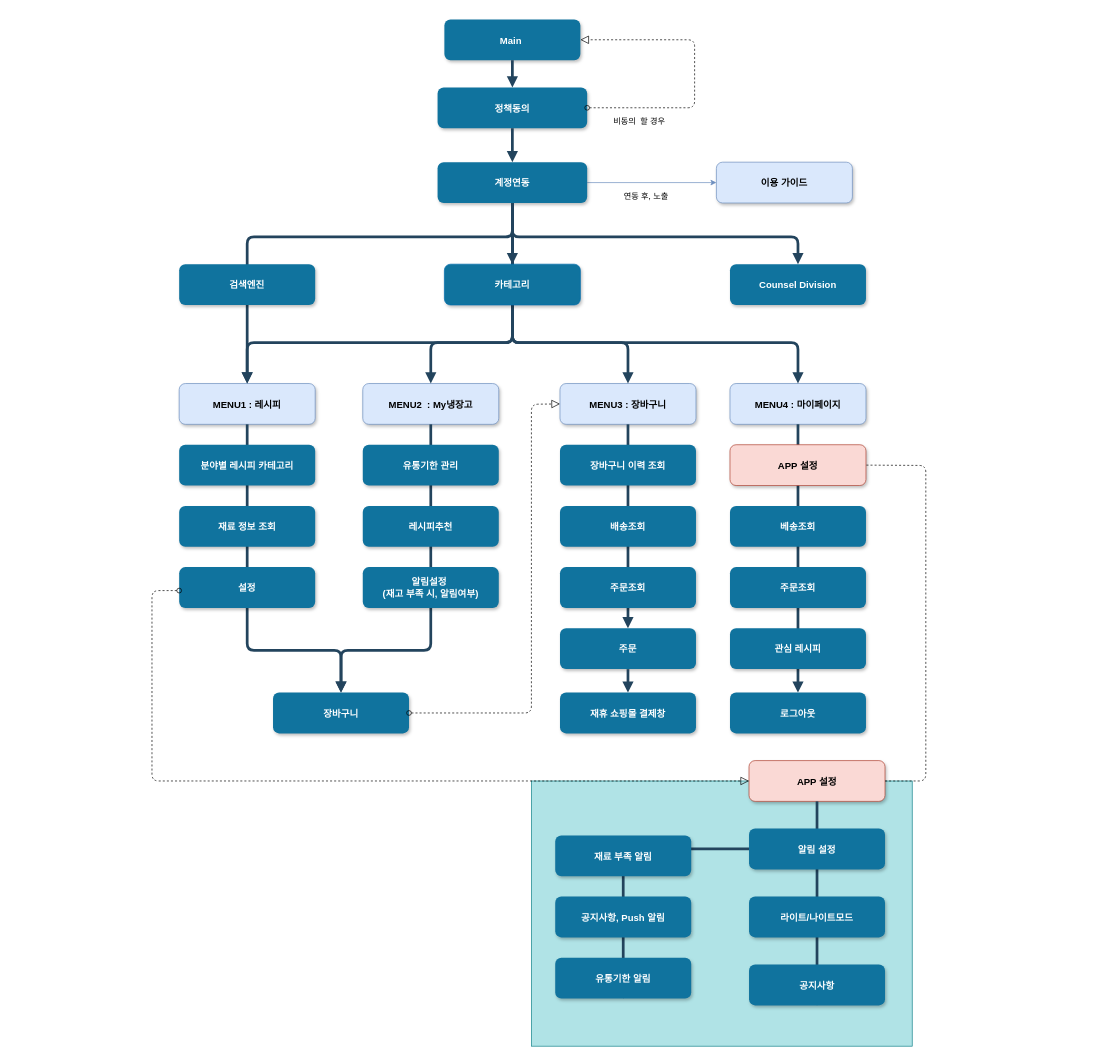
The draw.io diagram Untitled Diagram.drawio in rlaqhrns/Main_sub, before the edit. Source tidied: cells renumbered, new cells numbered last; positions are measured from the earlier drawing's top-left corner, leaving out a move shared by most shapes. Both pictures are drawn from the tidied source at 68%, with x=0, y=0 at pixel (152, 19).
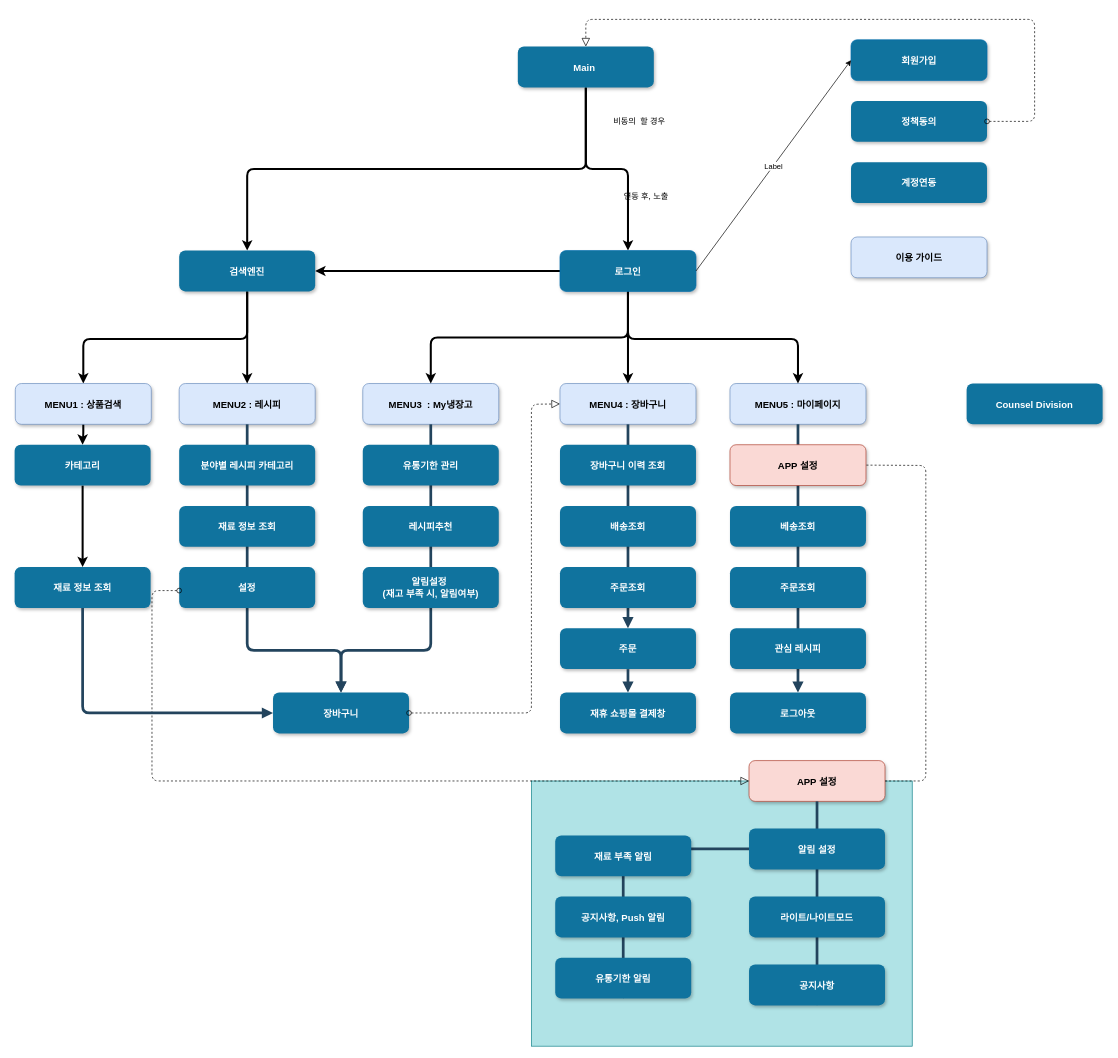
After the change.

Unchanged cells that the change refers to:
```xml
<mxCell id="8" value="장바구니" style="rounded=1;fillColor=#10739E;strokeColor=none;shadow=1;gradientColor=none;fontStyle=1;fontColor=#FFFFFF;fontSize=14;" parent="1" vertex="1">
  <mxGeometry x="178" y="990" width="200" height="60" as="geometry" />
</mxCell>
```

The edit, as a diff of the source:
```diff
@@
+    <mxCell id="63" style="edgeStyle=orthogonalEdgeStyle;rounded=1;jettySize=auto;html=1;entryX=0.5;entryY=0;entryDx=0;entryDy=0;strokeWidth=3;" parent="1" edge="1" source="2" target="37">
+      <mxGeometry relative="1" as="geometry" />
+    </mxCell>
+    <mxCell id="64" style="edgeStyle=orthogonalEdgeStyle;rounded=1;jettySize=auto;html=1;strokeWidth=3;" parent="1" edge="1" source="2" target="39">
+      <mxGeometry relative="1" as="geometry">
+        <Array as="points">
+          <mxPoint x="638" y="220" />
+          <mxPoint x="140" y="220" />
+        </Array>
+      </mxGeometry>
+    </mxCell>
     <mxCell id="2" value="Main " style="rounded=1;fillColor=#10739E;strokeColor=none;shadow=1;gradientColor=none;fontStyle=1;fontColor=#FFFFFF;fontSize=14;" parent="1" vertex="1">
-      <mxGeometry x="430" width="200" height="60" as="geometry" />
+      <mxGeometry x="538" y="40" width="200" height="60" as="geometry" />
     </mxCell>
-    <mxCell id="3" style="edgeStyle=orthogonalEdgeStyle;rounded=0;jettySize=auto;html=1;exitX=1;exitY=0.5;exitDx=0;exitDy=0;entryX=0;entryY=0.5;entryDx=0;entryDy=0;fillColor=#dae8fc;strokeColor=#6c8ebf;" parent="1" edge="1" source="4" target="6">
-      <mxGeometry relative="1" as="geometry" />
-    </mxCell>
     <mxCell id="4" value="계정연동" style="rounded=1;fillColor=#10739E;strokeColor=none;shadow=1;gradientColor=none;fontStyle=1;fontColor=#FFFFFF;fontSize=14;" parent="1" vertex="1">
-      <mxGeometry x="420" y="210" width="220" height="60" as="geometry" />
+      <mxGeometry x="1028" y="210" width="200" height="60" as="geometry" />
     </mxCell>
     <mxCell id="5" value="Counsel Division" style="rounded=1;fillColor=#10739E;strokeColor=none;shadow=1;gradientColor=none;fontStyle=1;fontColor=#FFFFFF;fontSize=14;" parent="1" vertex="1">
-      <mxGeometry x="850" y="360" width="200" height="60" as="geometry" />
+      <mxGeometry x="1198" y="535.5" width="200" height="60" as="geometry" />
     </mxCell>
     <mxCell id="6" value="이용 가이드" style="rounded=1;fillColor=#dae8fc;strokeColor=#6c8ebf;shadow=1;fontStyle=1;fontSize=14;" parent="1" vertex="1">
-      <mxGeometry x="830" y="210" width="200" height="60" as="geometry" />
+      <mxGeometry x="1028" y="320" width="200" height="60" as="geometry" />
     </mxCell>
-    <mxCell id="7" value="MENU1 : 레시피" style="rounded=1;fillColor=#dae8fc;strokeColor=#6c8ebf;shadow=1;fontStyle=1;fontSize=14;" parent="1" vertex="1">
+    <mxCell id="7" value="MENU2 : 레시피" style="rounded=1;fillColor=#dae8fc;strokeColor=#6c8ebf;shadow=1;fontStyle=1;fontSize=14;" parent="1" vertex="1">
       <mxGeometry x="40" y="535.5" width="200" height="60" as="geometry" />
     </mxCell>
@@
-    <mxCell id="9" value="MENU2  : My냉장고" style="rounded=1;fillColor=#dae8fc;strokeColor=#6c8ebf;shadow=1;fontStyle=1;fontSize=14;" parent="1" vertex="1">
+    <mxCell id="9" value="MENU3  : My냉장고" style="rounded=1;fillColor=#dae8fc;strokeColor=#6c8ebf;shadow=1;fontStyle=1;fontSize=14;" parent="1" vertex="1">
       <mxGeometry x="310" y="535.5" width="200" height="60" as="geometry" />
     </mxCell>
-    <mxCell id="10" value="MENU3 : 장바구니" style="rounded=1;fillColor=#dae8fc;strokeColor=#6c8ebf;shadow=1;fontStyle=1;fontSize=14;" parent="1" vertex="1">
+    <mxCell id="10" value="MENU4 : 장바구니" style="rounded=1;fillColor=#dae8fc;strokeColor=#6c8ebf;shadow=1;fontStyle=1;fontSize=14;" parent="1" vertex="1">
       <mxGeometry x="600" y="535.5" width="200" height="60" as="geometry" />
     </mxCell>
-    <mxCell id="11" value="MENU4 : 마이페이지" style="rounded=1;fillColor=#dae8fc;strokeColor=#6c8ebf;shadow=1;fontStyle=1;fontSize=14;" parent="1" vertex="1">
+    <mxCell id="11" value="MENU5 : 마이페이지" style="rounded=1;fillColor=#dae8fc;strokeColor=#6c8ebf;shadow=1;fontStyle=1;fontSize=14;" parent="1" vertex="1">
       <mxGeometry x="850" y="535.5" width="200" height="60" as="geometry" />
     </mxCell>
-    <mxCell id="12" style="edgeStyle=elbowEdgeStyle;elbow=vertical;strokeWidth=4;endArrow=block;endFill=1;fontStyle=1;strokeColor=#23445D;entryX=0.5;entryY=0;entryDx=0;entryDy=0;" parent="1" edge="1" source="2" target="24">
-      <mxGeometry x="22" y="165.5" as="geometry" />
-    </mxCell>
-    <mxCell id="13" style="edgeStyle=elbowEdgeStyle;elbow=vertical;strokeWidth=4;endArrow=block;endFill=1;fontStyle=1;strokeColor=#23445D;" parent="1" edge="1" source="4" target="37">
-      <mxGeometry x="22" y="165.5" as="geometry" />
-    </mxCell>
-    <mxCell id="14" style="edgeStyle=elbowEdgeStyle;elbow=vertical;strokeWidth=4;endArrow=block;endFill=1;fontStyle=1;strokeColor=#23445D;entryX=0.5;entryY=0;entryDx=0;entryDy=0;" parent="1" edge="1" source="4" target="7">
-      <mxGeometry x="22" y="165.5" as="geometry">
-        <Array as="points">
-          <mxPoint x="328" y="320" />
-        </Array>
-      </mxGeometry>
-    </mxCell>
-    <mxCell id="15" style="edgeStyle=elbowEdgeStyle;elbow=vertical;strokeWidth=4;endArrow=block;endFill=1;fontStyle=1;strokeColor=#23445D;" parent="1" edge="1" source="4" target="5">
-      <mxGeometry x="22" y="165.5" as="geometry">
-        <Array as="points">
-          <mxPoint x="738" y="320" />
-        </Array>
-      </mxGeometry>
-    </mxCell>
-    <mxCell id="16" style="edgeStyle=elbowEdgeStyle;elbow=vertical;strokeWidth=4;endArrow=block;endFill=1;fontStyle=1;strokeColor=#23445D;entryX=0.5;entryY=0;entryDx=0;entryDy=0;" parent="1" edge="1" source="4" target="7">
-      <mxGeometry x="22" y="165.5" as="geometry">
-        <Array as="points">
-          <mxPoint x="310" y="475.5" />
-        </Array>
-      </mxGeometry>
-    </mxCell>
-    <mxCell id="17" style="edgeStyle=elbowEdgeStyle;elbow=vertical;strokeWidth=4;endArrow=block;endFill=1;fontStyle=1;strokeColor=#23445D;" parent="1" edge="1" source="4" target="11">
-      <mxGeometry x="22" y="165.5" as="geometry">
-        <Array as="points">
-          <mxPoint x="730" y="475.5" />
-        </Array>
-      </mxGeometry>
-    </mxCell>
@@
-    <mxCell id="22" style="edgeStyle=elbowEdgeStyle;elbow=vertical;strokeWidth=4;endArrow=block;endFill=1;fontStyle=1;strokeColor=#23445D;" parent="1" edge="1" source="4" target="9">
-      <mxGeometry x="22" y="165.5" as="geometry">
-        <Array as="points">
-          <mxPoint x="410" y="475.5" />
-        </Array>
-      </mxGeometry>
-    </mxCell>
-    <mxCell id="23" style="edgeStyle=elbowEdgeStyle;elbow=vertical;strokeWidth=4;endArrow=block;endFill=1;fontStyle=1;strokeColor=#23445D;" parent="1" edge="1" source="4" target="10">
-      <mxGeometry x="22" y="165.5" as="geometry">
-        <Array as="points">
-          <mxPoint x="700" y="475.5" />
-        </Array>
-      </mxGeometry>
-    </mxCell>
     <mxCell id="24" value="정책동의" style="rounded=1;fillColor=#10739E;strokeColor=none;shadow=1;gradientColor=none;fontStyle=1;fontColor=#FFFFFF;fontSize=14;" parent="1" vertex="1">
-      <mxGeometry x="420" y="100" width="220" height="60" as="geometry" />
+      <mxGeometry x="1028" y="120" width="200" height="60" as="geometry" />
     </mxCell>
-    <mxCell id="25" style="edgeStyle=elbowEdgeStyle;elbow=vertical;strokeWidth=4;endArrow=block;endFill=1;fontStyle=1;strokeColor=#23445D;entryX=0.5;entryY=0;entryDx=0;entryDy=0;exitX=0.5;exitY=1;exitDx=0;exitDy=0;" parent="1" edge="1" source="24" target="4">
-      <mxGeometry x="32" y="175.5" as="geometry" />
-    </mxCell>
@@
+    <mxCell id="65" style="edgeStyle=orthogonalEdgeStyle;rounded=1;jettySize=auto;html=1;exitX=0.5;exitY=1;exitDx=0;exitDy=0;entryX=0.5;entryY=0;entryDx=0;entryDy=0;strokeWidth=3;" parent="1" edge="1" source="37" target="9">
+      <mxGeometry relative="1" as="geometry" />
+    </mxCell>
+    <mxCell id="66" style="edgeStyle=orthogonalEdgeStyle;rounded=1;jettySize=auto;html=1;entryX=0.5;entryY=0;entryDx=0;entryDy=0;strokeWidth=3;" parent="1" edge="1" source="37" target="10">
+      <mxGeometry relative="1" as="geometry" />
+    </mxCell>
+    <mxCell id="67" style="edgeStyle=orthogonalEdgeStyle;rounded=1;jettySize=auto;html=1;entryX=0.5;entryY=0;entryDx=0;entryDy=0;strokeWidth=3;exitX=0.5;exitY=1;exitDx=0;exitDy=0;" parent="1" edge="1" source="37" target="11">
+      <mxGeometry relative="1" as="geometry">
+        <Array as="points">
+          <mxPoint x="700" y="470" />
+          <mxPoint x="950" y="470" />
+        </Array>
+      </mxGeometry>
+    </mxCell>
+    <mxCell id="68" style="edgeStyle=orthogonalEdgeStyle;rounded=1;jettySize=auto;html=1;entryX=1;entryY=0.5;entryDx=0;entryDy=0;strokeWidth=3;" parent="1" edge="1" source="37" target="39">
+      <mxGeometry relative="1" as="geometry" />
+    </mxCell>
-    <mxCell id="37" value="카테고리" style="rounded=1;strokeColor=#006EAF;shadow=1;fontStyle=1;fontSize=14;fontColor=#ffffff;fillColor=#10739E;" parent="1" vertex="1">
-      <mxGeometry x="430" y="360" width="200" height="60" as="geometry" />
+    <mxCell id="37" value="로그인" style="rounded=1;strokeColor=#006EAF;shadow=1;fontStyle=1;fontSize=14;fontColor=#ffffff;fillColor=#10739E;" parent="1" vertex="1">
+      <mxGeometry x="600" y="340" width="200" height="60" as="geometry" />
     </mxCell>
@@
+    <mxCell id="69" style="edgeStyle=orthogonalEdgeStyle;rounded=1;jettySize=auto;html=1;entryX=0.5;entryY=0;entryDx=0;entryDy=0;strokeWidth=3;" parent="1" edge="1" source="39" target="7">
+      <mxGeometry relative="1" as="geometry" />
+    </mxCell>
+    <mxCell id="70" style="edgeStyle=orthogonalEdgeStyle;rounded=1;jettySize=auto;html=1;strokeWidth=3;" parent="1" edge="1" source="39" target="75">
+      <mxGeometry relative="1" as="geometry">
+        <Array as="points">
+          <mxPoint x="140" y="470" />
+          <mxPoint x="-101" y="470" />
+        </Array>
+      </mxGeometry>
+    </mxCell>
     <mxCell id="39" value="검색엔진" style="rounded=1;fillColor=#10739E;strokeColor=none;shadow=1;gradientColor=none;fontStyle=1;fontColor=#FFFFFF;fontSize=14;" parent="1" vertex="1">
-      <mxGeometry x="40" y="360" width="200" height="60" as="geometry" />
+      <mxGeometry x="40" y="340" width="200" height="60" as="geometry" />
     </mxCell>
@@
-    <mxCell id="48" style="startArrow=oval;startFill=0;startSize=7;endArrow=block;endFill=0;endSize=10;dashed=1;html=1;exitX=1;exitY=0.5;exitDx=0;exitDy=0;entryX=1;entryY=0.5;entryDx=0;entryDy=0;" parent="1" edge="1" source="24" target="2">
+    <mxCell id="48" style="startArrow=oval;startFill=0;startSize=7;endArrow=block;endFill=0;endSize=10;dashed=1;html=1;entryX=0.5;entryY=0;entryDx=0;entryDy=0;exitX=1;exitY=0.5;exitDx=0;exitDy=0;" parent="1" edge="1" source="24" target="2">
       <mxGeometry relative="1" as="geometry">
         <Array as="points">
-          <mxPoint x="798" y="130" />
-          <mxPoint x="798" y="30" />
+          <mxPoint x="1298" y="150" />
+          <mxPoint x="1298" />
+          <mxPoint x="638" />
         </Array>
       </mxGeometry>
     </mxCell>
@@
+    <mxCell id="71" value="회원가입" style="rounded=1;strokeColor=#006EAF;shadow=1;fontStyle=1;fontSize=14;fontColor=#ffffff;fillColor=#10739E;" parent="1" vertex="1">
+      <mxGeometry x="1028" y="30" width="200" height="60" as="geometry" />
+    </mxCell>
+    <mxCell id="72" style="endArrow=classic;html=1;exitX=1;exitY=0.5;exitDx=0;exitDy=0;entryX=0;entryY=0.5;entryDx=0;entryDy=0;" parent="1" edge="1" source="37" target="71">
+      <mxGeometry relative="1" as="geometry" />
+    </mxCell>
+    <mxCell id="73" value="Label" style="edgeLabel;html=1;align=center;verticalAlign=middle;" parent="72" vertex="1">
+      <mxGeometry relative="1" as="geometry" />
+    </mxCell>
+    <mxCell id="74" style="edgeStyle=orthogonalEdgeStyle;rounded=1;jettySize=auto;html=1;strokeWidth=3;" parent="1" edge="1" source="75" target="77">
+      <mxGeometry relative="1" as="geometry" />
+    </mxCell>
+    <mxCell id="75" value="MENU1 : 상품검색" style="rounded=1;fillColor=#dae8fc;strokeColor=#6c8ebf;shadow=1;fontStyle=1;fontSize=14;" parent="1" vertex="1">
+      <mxGeometry x="-201" y="535.5" width="200" height="60" as="geometry" />
+    </mxCell>
+    <mxCell id="76" style="edgeStyle=orthogonalEdgeStyle;rounded=1;jettySize=auto;html=1;entryX=0.5;entryY=0;entryDx=0;entryDy=0;strokeWidth=3;" parent="1" edge="1" source="77" target="78">
+      <mxGeometry relative="1" as="geometry" />
+    </mxCell>
+    <mxCell id="77" value="카테고리" style="rounded=1;fillColor=#10739E;strokeColor=none;shadow=1;gradientColor=none;fontStyle=1;fontColor=#FFFFFF;fontSize=14;" parent="1" vertex="1">
+      <mxGeometry x="-202" y="625.5" width="200" height="60" as="geometry" />
+    </mxCell>
+    <mxCell id="78" value="재료 정보 조회" style="rounded=1;fillColor=#10739E;strokeColor=none;shadow=1;gradientColor=none;fontStyle=1;fontColor=#FFFFFF;fontSize=14;" parent="1" vertex="1">
+      <mxGeometry x="-202" y="805.5" width="200" height="60" as="geometry" />
+    </mxCell>
+    <mxCell id="79" style="edgeStyle=elbowEdgeStyle;elbow=vertical;strokeWidth=4;endArrow=block;endFill=1;fontStyle=1;strokeColor=#23445D;entryX=0;entryY=0.5;entryDx=0;entryDy=0;exitX=0.5;exitY=1;exitDx=0;exitDy=0;" parent="1" edge="1" source="78" target="8">
+      <mxGeometry x="72" y="205.5" as="geometry">
+        <Array as="points">
+          <mxPoint x="-82" y="1020" />
+        </Array>
+      </mxGeometry>
+    </mxCell>
```
